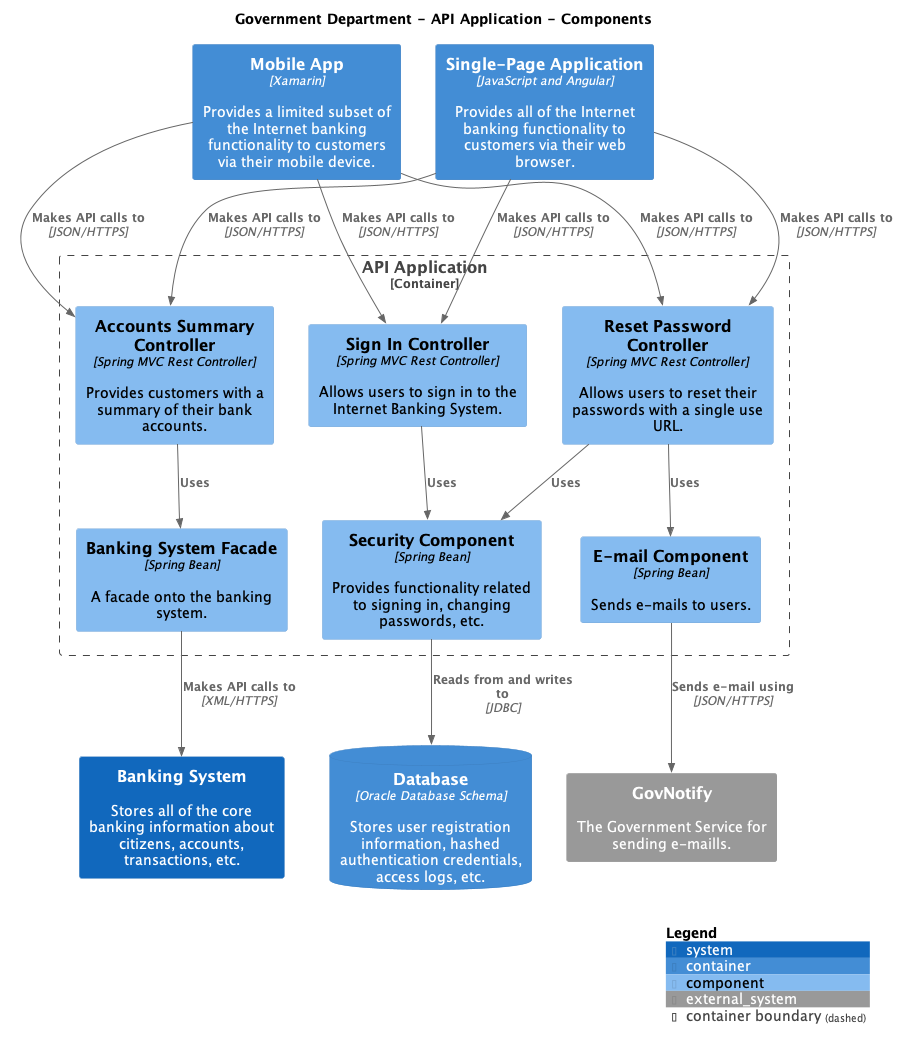
Earlier version of the PlantUML export main/png/Components.png (madetech/structurizr-template).
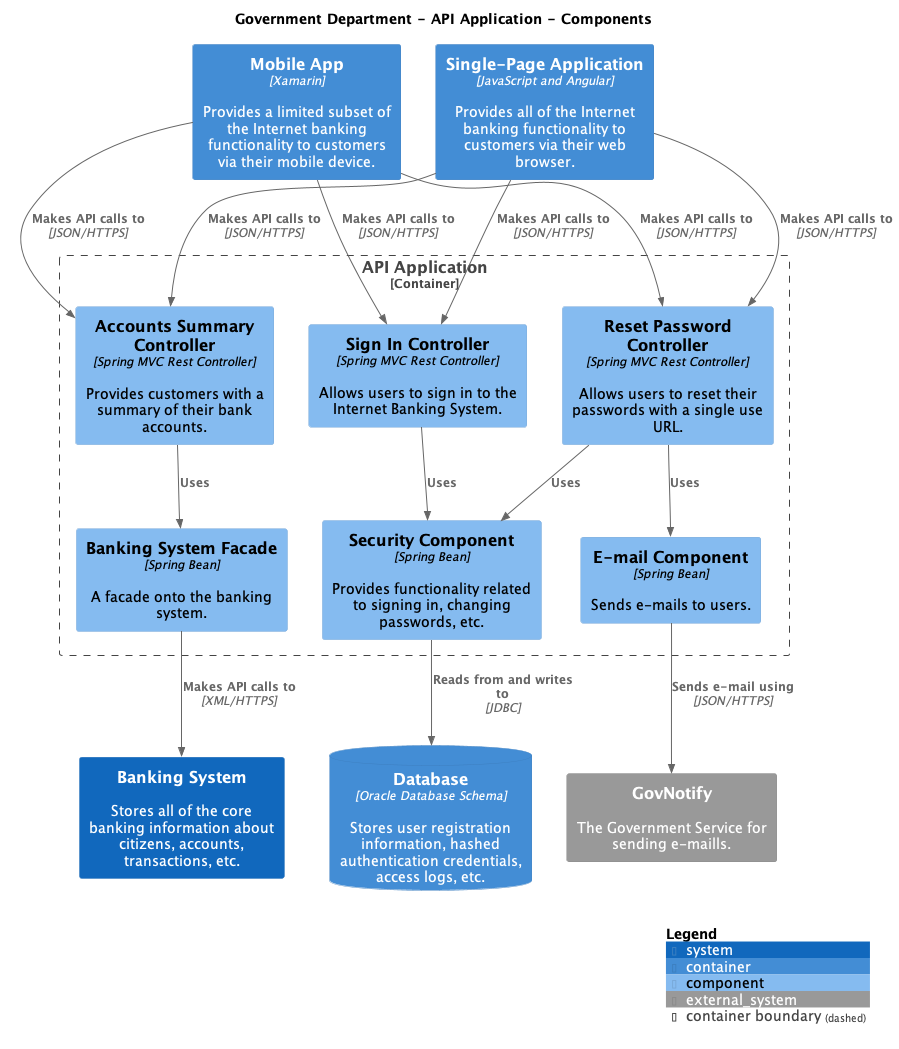
The same diagram one commit later.

What changed in the source:
```diff
@@ -4,39 +4,39 @@
 
 top to bottom direction
 
-!include /Users/runner/work/structurizr-template/structurizr-template/build/puml-cache/C4.puml
-!include /Users/runner/work/structurizr-template/structurizr-template/build/puml-cache/C4_Context.puml
-!include /Users/runner/work/structurizr-template/structurizr-template/build/puml-cache/C4_Container.puml
-!include /Users/runner/work/structurizr-template/structurizr-template/build/puml-cache/C4_Component.puml
+!include <C4/C4>
+!include <C4/C4_Context>
+!include <C4/C4_Container>
+!include <C4/C4_Component>
 
-System_Ext(GovNotify, "GovNotify", "The Government Service for sending e-maills.", $tags="")
-System(BankingSystem, "Banking System", "Stores all of the core banking information about citizens, accounts, transactions, etc.", $tags="")
-ContainerDb(GovernmentDepartment.Database, "Database", "Oracle Database Schema", "Stores user registration information, hashed authentication credentials, access logs, etc.", $tags="")
-Container(GovernmentDepartment.SinglePageApplication, "Single-Page Application", "JavaScript and Angular", "Provides all of the Internet banking functionality to customers via their web browser.", $tags="")
-Container(GovernmentDepartment.MobileApp, "Mobile App", "Xamarin", "Provides a limited subset of the Internet banking functionality to customers via their mobile device.", $tags="")
+System_Ext(GovNotify, "GovNotify", $descr="The Government Service for sending e-maills.", $tags="", $link="")
+System(BankingSystem, "Banking System", $descr="Stores all of the core banking information about citizens, accounts, transactions, etc.", $tags="", $link="")
+ContainerDb(GovernmentDepartment.Database, "Database", $techn="Oracle Database Schema", $descr="Stores user registration information, hashed authentication credentials, access logs, etc.", $tags="", $link="")
+Container(GovernmentDepartment.SinglePageApplication, "Single-Page Application", $techn="JavaScript and Angular", $descr="Provides all of the Internet banking functionality to customers via their web browser.", $tags="", $link="")
+Container(GovernmentDepartment.MobileApp, "Mobile App", $techn="Xamarin", $descr="Provides a limited subset of the Internet banking functionality to customers via their mobile device.", $tags="", $link="")
 
 Container_Boundary("GovernmentDepartment.APIApplication_boundary", "API Application", $tags="") {
-  Component(GovernmentDepartment.APIApplication.SignInController, "Sign In Controller", "Spring MVC Rest Controller", "Allows users to sign in to the Internet Banking System.", $tags="")
-  Component(GovernmentDepartment.APIApplication.AccountsSummaryController, "Accounts Summary Controller", "Spring MVC Rest Controller", "Provides customers with a summary of their bank accounts.", $tags="")
-  Component(GovernmentDepartment.APIApplication.ResetPasswordController, "Reset Password Controller", "Spring MVC Rest Controller", "Allows users to reset their passwords with a single use URL.", $tags="")
-  Component(GovernmentDepartment.APIApplication.SecurityComponent, "Security Component", "Spring Bean", "Provides functionality related to signing in, changing passwords, etc.", $tags="")
-  Component(GovernmentDepartment.APIApplication.BankingSystemFacade, "Banking System Facade", "Spring Bean", "A facade onto the banking system.", $tags="")
-  Component(GovernmentDepartment.APIApplication.EmailComponent, "E-mail Component", "Spring Bean", "Sends e-mails to users.", $tags="")
+  Component(GovernmentDepartment.APIApplication.SignInController, "Sign In Controller", $techn="Spring MVC Rest Controller", $descr="Allows users to sign in to the Internet Banking System.", $tags="", $link="")
+  Component(GovernmentDepartment.APIApplication.AccountsSummaryController, "Accounts Summary Controller", $techn="Spring MVC Rest Controller", $descr="Provides customers with a summary of their bank accounts.", $tags="", $link="")
+  Component(GovernmentDepartment.APIApplication.ResetPasswordController, "Reset Password Controller", $techn="Spring MVC Rest Controller", $descr="Allows users to reset their passwords with a single use URL.", $tags="", $link="")
+  Component(GovernmentDepartment.APIApplication.SecurityComponent, "Security Component", $techn="Spring Bean", $descr="Provides functionality related to signing in, changing passwords, etc.", $tags="", $link="")
+  Component(GovernmentDepartment.APIApplication.BankingSystemFacade, "Banking System Facade", $techn="Spring Bean", $descr="A facade onto the banking system.", $tags="", $link="")
+  Component(GovernmentDepartment.APIApplication.EmailComponent, "E-mail Component", $techn="Spring Bean", $descr="Sends e-mails to users.", $tags="", $link="")
 }
 
-Rel_D(GovernmentDepartment.SinglePageApplication, GovernmentDepartment.APIApplication.SignInController, "Makes API calls to", "JSON/HTTPS", $tags="")
-Rel_D(GovernmentDepartment.SinglePageApplication, GovernmentDepartment.APIApplication.AccountsSummaryController, "Makes API calls to", "JSON/HTTPS", $tags="")
-Rel_D(GovernmentDepartment.SinglePageApplication, GovernmentDepartment.APIApplication.ResetPasswordController, "Makes API calls to", "JSON/HTTPS", $tags="")
-Rel_D(GovernmentDepartment.MobileApp, GovernmentDepartment.APIApplication.SignInController, "Makes API calls to", "JSON/HTTPS", $tags="")
-Rel_D(GovernmentDepartment.MobileApp, GovernmentDepartment.APIApplication.AccountsSummaryController, "Makes API calls to", "JSON/HTTPS", $tags="")
-Rel_D(GovernmentDepartment.MobileApp, GovernmentDepartment.APIApplication.ResetPasswordController, "Makes API calls to", "JSON/HTTPS", $tags="")
-Rel_D(GovernmentDepartment.APIApplication.SignInController, GovernmentDepartment.APIApplication.SecurityComponent, "Uses", $tags="")
-Rel_D(GovernmentDepartment.APIApplication.AccountsSummaryController, GovernmentDepartment.APIApplication.BankingSystemFacade, "Uses", $tags="")
-Rel_D(GovernmentDepartment.APIApplication.ResetPasswordController, GovernmentDepartment.APIApplication.SecurityComponent, "Uses", $tags="")
-Rel_D(GovernmentDepartment.APIApplication.ResetPasswordController, GovernmentDepartment.APIApplication.EmailComponent, "Uses", $tags="")
-Rel_D(GovernmentDepartment.APIApplication.SecurityComponent, GovernmentDepartment.Database, "Reads from and writes to", "JDBC", $tags="")
-Rel_D(GovernmentDepartment.APIApplication.BankingSystemFacade, BankingSystem, "Makes API calls to", "XML/HTTPS", $tags="")
-Rel_D(GovernmentDepartment.APIApplication.EmailComponent, GovNotify, "Sends e-mail using", "JSON/HTTPS", $tags="")
+Rel_D(GovernmentDepartment.SinglePageApplication, GovernmentDepartment.APIApplication.SignInController, "Makes API calls to", $techn="JSON/HTTPS", $tags="", $link="")
+Rel_D(GovernmentDepartment.SinglePageApplication, GovernmentDepartment.APIApplication.AccountsSummaryController, "Makes API calls to", $techn="JSON/HTTPS", $tags="", $link="")
+Rel_D(GovernmentDepartment.SinglePageApplication, GovernmentDepartment.APIApplication.ResetPasswordController, "Makes API calls to", $techn="JSON/HTTPS", $tags="", $link="")
+Rel_D(GovernmentDepartment.MobileApp, GovernmentDepartment.APIApplication.SignInController, "Makes API calls to", $techn="JSON/HTTPS", $tags="", $link="")
+Rel_D(GovernmentDepartment.MobileApp, GovernmentDepartment.APIApplication.AccountsSummaryController, "Makes API calls to", $techn="JSON/HTTPS", $tags="", $link="")
+Rel_D(GovernmentDepartment.MobileApp, GovernmentDepartment.APIApplication.ResetPasswordController, "Makes API calls to", $techn="JSON/HTTPS", $tags="", $link="")
+Rel_D(GovernmentDepartment.APIApplication.SignInController, GovernmentDepartment.APIApplication.SecurityComponent, "Uses", $techn="", $tags="", $link="")
+Rel_D(GovernmentDepartment.APIApplication.AccountsSummaryController, GovernmentDepartment.APIApplication.BankingSystemFacade, "Uses", $techn="", $tags="", $link="")
+Rel_D(GovernmentDepartment.APIApplication.ResetPasswordController, GovernmentDepartment.APIApplication.SecurityComponent, "Uses", $techn="", $tags="", $link="")
+Rel_D(GovernmentDepartment.APIApplication.ResetPasswordController, GovernmentDepartment.APIApplication.EmailComponent, "Uses", $techn="", $tags="", $link="")
+Rel_D(GovernmentDepartment.APIApplication.SecurityComponent, GovernmentDepartment.Database, "Reads from and writes to", $techn="JDBC", $tags="", $link="")
+Rel_D(GovernmentDepartment.APIApplication.BankingSystemFacade, BankingSystem, "Makes API calls to", $techn="XML/HTTPS", $tags="", $link="")
+Rel_D(GovernmentDepartment.APIApplication.EmailComponent, GovNotify, "Sends e-mail using", $techn="JSON/HTTPS", $tags="", $link="")
 
 SHOW_LEGEND(true)
 @enduml
```
